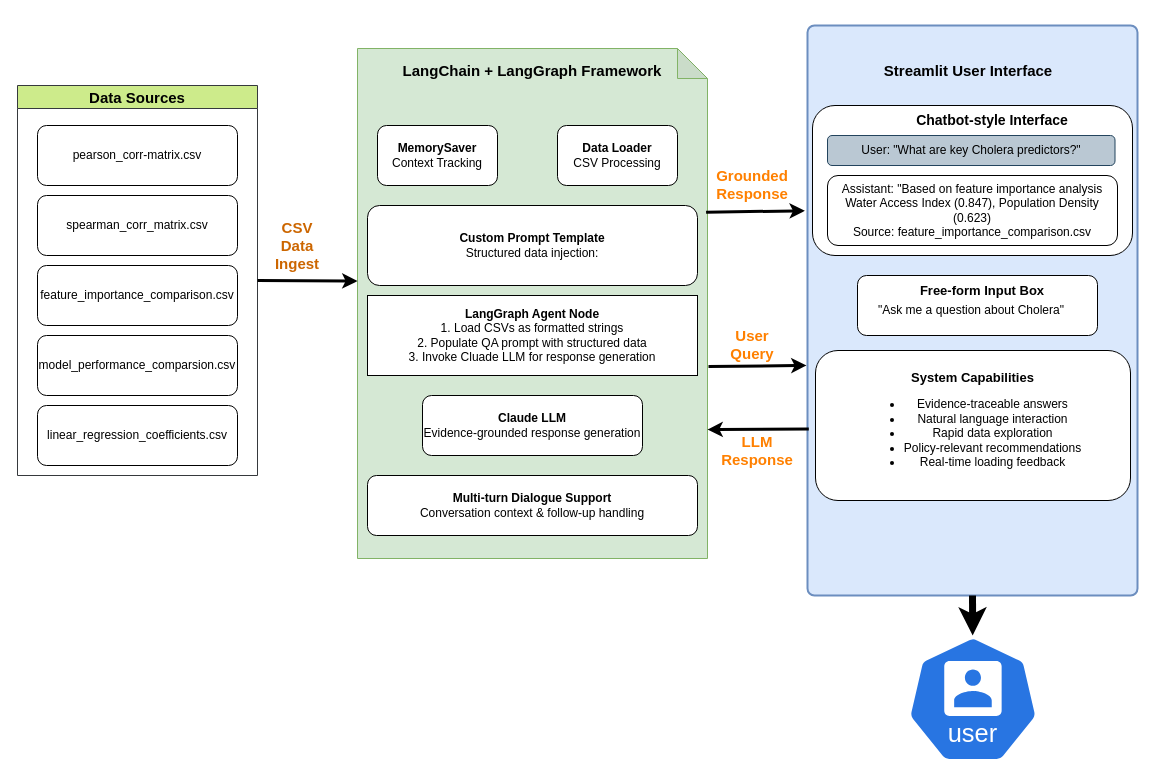
minusZeroo/sacair-2025 keeps this draw.io diagram as Agentic LLM.drawio. Above is the earlier version. Source tidied: cells renumbered, new cells numbered last; positions are measured from the earlier drawing's top-left corner, leaving out a move shared by most shapes. Both pictures are drawn from the tidied source at 100%, with x=0, y=0 at pixel (17, 25).
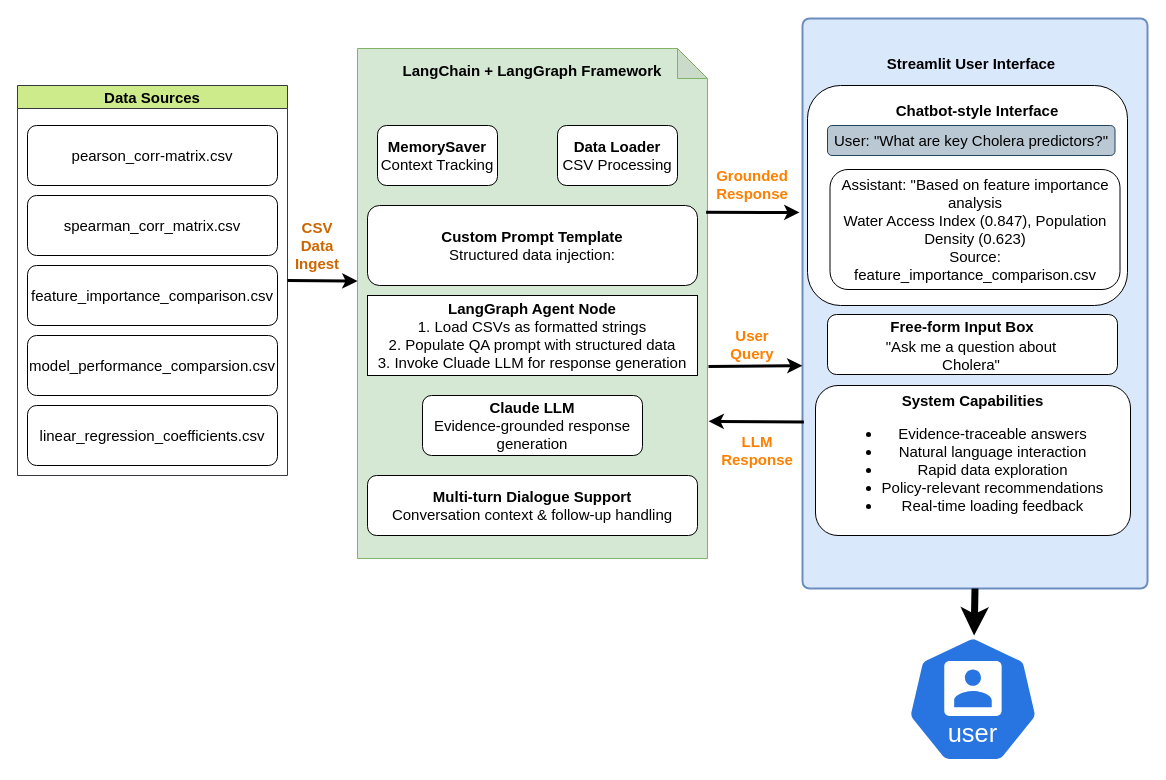
After the change.

Diff of the diagram source:
```diff
@@
-    <mxCell id="2" value="&lt;font style=&quot;font-size: 15px;&quot;&gt;Data Sources&lt;/font&gt;" style="swimlane;whiteSpace=wrap;html=1;fillColor=#cdeb8b;strokeColor=#36393d;" parent="1" vertex="1">
-      <mxGeometry y="60" width="240" height="390" as="geometry" />
+    <mxCell id="2" value="&lt;font&gt;Data Sources&lt;/font&gt;" style="swimlane;whiteSpace=wrap;html=1;fillColor=#cdeb8b;strokeColor=#36393d;fontSize=15;" parent="1" vertex="1">
+      <mxGeometry y="60" width="270" height="390" as="geometry" />
     </mxCell>
-    <mxCell id="3" value="pearson_corr-matrix.csv" style="rounded=1;whiteSpace=wrap;html=1;" parent="2" vertex="1">
-      <mxGeometry x="20" y="40" width="200" height="60" as="geometry" />
+    <mxCell id="3" value="pearson_corr-matrix.csv" style="rounded=1;whiteSpace=wrap;html=1;fontSize=15;" parent="2" vertex="1">
+      <mxGeometry x="10" y="40" width="250" height="60" as="geometry" />
     </mxCell>
-    <mxCell id="4" value="spearman_corr_matrix.csv" style="rounded=1;whiteSpace=wrap;html=1;" parent="2" vertex="1">
-      <mxGeometry x="20" y="110" width="200" height="60" as="geometry" />
+    <mxCell id="4" value="spearman_corr_matrix.csv" style="rounded=1;whiteSpace=wrap;html=1;fontSize=15;" parent="2" vertex="1">
+      <mxGeometry x="10" y="110" width="250" height="60" as="geometry" />
     </mxCell>
-    <mxCell id="5" value="feature_importance_comparison.csv" style="rounded=1;whiteSpace=wrap;html=1;" parent="2" vertex="1">
-      <mxGeometry x="20" y="180" width="200" height="60" as="geometry" />
+    <mxCell id="5" value="feature_importance_comparison.csv" style="rounded=1;whiteSpace=wrap;html=1;fontSize=15;" parent="2" vertex="1">
+      <mxGeometry x="10" y="180" width="250" height="60" as="geometry" />
     </mxCell>
-    <mxCell id="6" value="model_performance_comparsion.csv" style="rounded=1;whiteSpace=wrap;html=1;" parent="2" vertex="1">
-      <mxGeometry x="20" y="250" width="200" height="60" as="geometry" />
+    <mxCell id="6" value="model_performance_comparsion.csv" style="rounded=1;whiteSpace=wrap;html=1;fontSize=15;" parent="2" vertex="1">
+      <mxGeometry x="10" y="250" width="250" height="60" as="geometry" />
     </mxCell>
-    <mxCell id="7" value="linear_regression_coefficients.csv" style="rounded=1;whiteSpace=wrap;html=1;" parent="2" vertex="1">
-      <mxGeometry x="20" y="320" width="200" height="60" as="geometry" />
+    <mxCell id="7" value="linear_regression_coefficients.csv" style="rounded=1;whiteSpace=wrap;html=1;fontSize=15;" parent="2" vertex="1">
+      <mxGeometry x="10" y="320" width="250" height="60" as="geometry" />
     </mxCell>
-    <mxCell id="8" style="shape=note;whiteSpace=wrap;html=1;backgroundOutline=1;darkOpacity=0.05;fillColor=#d5e8d4;strokeColor=#82b366;" parent="1" vertex="1">
+    <mxCell id="8" style="shape=note;whiteSpace=wrap;html=1;backgroundOutline=1;darkOpacity=0.05;fillColor=#d5e8d4;strokeColor=#82b366;fontSize=15;" parent="1" vertex="1">
       <mxGeometry x="340" y="23" width="350" height="510" as="geometry" />
     </mxCell>
-    <mxCell id="9" value="&lt;font style=&quot;font-size: 15px;&quot;&gt;&lt;b style=&quot;&quot;&gt;LangChain + LangGraph Framework&lt;/b&gt;&lt;/font&gt;" style="text;html=1;align=center;verticalAlign=middle;whiteSpace=wrap;rounded=0;" parent="1" vertex="1">
+    <mxCell id="9" value="&lt;font&gt;&lt;b&gt;LangChain + LangGraph Framework&lt;/b&gt;&lt;/font&gt;" style="text;html=1;align=center;verticalAlign=middle;whiteSpace=wrap;rounded=0;fontSize=15;" parent="1" vertex="1">
       <mxGeometry x="380" y="30" width="270" height="30" as="geometry" />
     </mxCell>
-    <mxCell id="10" value="&lt;b&gt;MemorySaver&lt;/b&gt;&lt;br&gt;Context Tracking" style="rounded=1;whiteSpace=wrap;html=1;" parent="1" vertex="1">
+    <mxCell id="10" value="&lt;b&gt;MemorySaver&lt;/b&gt;&lt;br&gt;Context Tracking" style="rounded=1;whiteSpace=wrap;html=1;fontSize=15;" parent="1" vertex="1">
       <mxGeometry x="360" y="100" width="120" height="60" as="geometry" />
     </mxCell>
-    <mxCell id="11" value="&lt;b&gt;Data Loader&lt;br&gt;&lt;/b&gt;CSV Processing" style="rounded=1;whiteSpace=wrap;html=1;" parent="1" vertex="1">
+    <mxCell id="11" value="&lt;b&gt;Data Loader&lt;br&gt;&lt;/b&gt;CSV Processing" style="rounded=1;whiteSpace=wrap;html=1;fontSize=15;" parent="1" vertex="1">
       <mxGeometry x="540" y="100" width="120" height="60" as="geometry" />
     </mxCell>
-    <mxCell id="12" value="&lt;b&gt;Multi-turn Dialogue Support&lt;br&gt;&lt;/b&gt;Conversation context &amp;amp; follow-up handling" style="rounded=1;whiteSpace=wrap;html=1;" parent="1" vertex="1">
+    <mxCell id="12" value="&lt;b&gt;Multi-turn Dialogue Support&lt;br&gt;&lt;/b&gt;Conversation context &amp;amp; follow-up handling" style="rounded=1;whiteSpace=wrap;html=1;fontSize=15;" parent="1" vertex="1">
       <mxGeometry x="350" y="450" width="330" height="60" as="geometry" />
     </mxCell>
-    <mxCell id="13" value="&lt;b&gt;Claude LLM&lt;br&gt;&lt;/b&gt;Evidence-grounded response generation" style="rounded=1;whiteSpace=wrap;html=1;" parent="1" vertex="1">
+    <mxCell id="13" value="&lt;b&gt;Claude LLM&lt;br&gt;&lt;/b&gt;Evidence-grounded response generation" style="rounded=1;whiteSpace=wrap;html=1;fontSize=15;" parent="1" vertex="1">
       <mxGeometry x="405" y="370" width="220" height="60" as="geometry" />
     </mxCell>
-    <mxCell id="14" value="&lt;b&gt;LangGraph Agent Node&lt;br&gt;&lt;/b&gt;1. Load CSVs as formatted strings&lt;br&gt;2. Populate QA prompt with structured data&lt;br&gt;3. Invoke Cluade LLM for response generation" style="rounded=0;whiteSpace=wrap;html=1;" parent="1" vertex="1">
+    <mxCell id="14" value="&lt;b&gt;LangGraph Agent Node&lt;br&gt;&lt;/b&gt;1. Load CSVs as formatted strings&lt;br&gt;2. Populate QA prompt with structured data&lt;br&gt;3. Invoke Cluade LLM for response generation" style="rounded=0;whiteSpace=wrap;html=1;fontSize=15;" parent="1" vertex="1">
       <mxGeometry x="350" y="270" width="330" height="80" as="geometry" />
     </mxCell>
-    <mxCell id="15" value="&lt;b&gt;Custom Prompt Template&lt;br&gt;&lt;/b&gt;Structured data injection:" style="rounded=1;whiteSpace=wrap;html=1;" parent="1" vertex="1">
+    <mxCell id="15" value="&lt;b&gt;Custom Prompt Template&lt;br&gt;&lt;/b&gt;Structured data injection:" style="rounded=1;whiteSpace=wrap;html=1;fontSize=15;" parent="1" vertex="1">
       <mxGeometry x="350" y="180" width="330" height="80" as="geometry" />
     </mxCell>
-    <mxCell id="16" style="rounded=1;whiteSpace=wrap;html=1;absoluteArcSize=1;arcSize=14;strokeWidth=2;fillColor=#dae8fc;strokeColor=#6c8ebf;" parent="1" vertex="1">
-      <mxGeometry x="790" width="330" height="570" as="geometry" />
+    <mxCell id="16" style="rounded=1;whiteSpace=wrap;html=1;absoluteArcSize=1;arcSize=14;strokeWidth=2;fillColor=#dae8fc;strokeColor=#6c8ebf;fontSize=15;" parent="1" vertex="1">
+      <mxGeometry x="785" y="-7" width="345" height="570" as="geometry" />
     </mxCell>
-    <mxCell id="17" value="&lt;font style=&quot;font-size: 15px;&quot;&gt;&lt;b style=&quot;&quot;&gt;Streamlit User Interface&lt;/b&gt;&lt;/font&gt;" style="text;html=1;align=center;verticalAlign=middle;whiteSpace=wrap;rounded=0;" parent="1" vertex="1">
-      <mxGeometry x="816.2" y="30" width="270" height="30" as="geometry" />
+    <mxCell id="17" value="&lt;font&gt;&lt;b&gt;Streamlit User Interface&lt;/b&gt;&lt;/font&gt;" style="text;html=1;align=center;verticalAlign=middle;whiteSpace=wrap;rounded=0;fontSize=15;" parent="1" vertex="1">
+      <mxGeometry x="818.8" y="23" width="270" height="30" as="geometry" />
     </mxCell>
-    <mxCell id="18" style="rounded=1;whiteSpace=wrap;html=1;" parent="1" vertex="1">
-      <mxGeometry x="795" y="80" width="320" height="150" as="geometry" />
+    <mxCell id="18" style="rounded=1;whiteSpace=wrap;html=1;fontSize=15;" parent="1" vertex="1">
+      <mxGeometry x="790" y="60" width="320" height="220" as="geometry" />
     </mxCell>
-    <mxCell id="19" style="rounded=1;whiteSpace=wrap;html=1;" parent="1" vertex="1">
-      <mxGeometry x="840" y="250" width="240" height="60" as="geometry" />
+    <mxCell id="19" style="rounded=1;whiteSpace=wrap;html=1;fontSize=15;" parent="1" vertex="1">
+      <mxGeometry x="810" y="289" width="290" height="60" as="geometry" />
     </mxCell>
-    <mxCell id="20" value="&lt;b&gt;&lt;font style=&quot;font-size: 13px;&quot;&gt;System Capabilities&lt;/font&gt;&lt;/b&gt;&lt;div&gt;&lt;ul&gt;&lt;li&gt;Evidence-traceable answers&lt;/li&gt;&lt;li&gt;Natural language interaction&lt;/li&gt;&lt;li&gt;Rapid data exploration&lt;/li&gt;&lt;li&gt;Policy-relevant recommendations&lt;/li&gt;&lt;li&gt;Real-time loading feedback&lt;/li&gt;&lt;/ul&gt;&lt;/div&gt;" style="rounded=1;whiteSpace=wrap;html=1;" parent="1" vertex="1">
-      <mxGeometry x="798" y="325" width="315" height="150" as="geometry" />
+    <mxCell id="20" value="&lt;b&gt;&lt;font&gt;System Capabilities&lt;/font&gt;&lt;/b&gt;&lt;div&gt;&lt;ul&gt;&lt;li&gt;Evidence-traceable answers&lt;/li&gt;&lt;li&gt;Natural language interaction&lt;/li&gt;&lt;li&gt;Rapid data exploration&lt;/li&gt;&lt;li&gt;Policy-relevant recommendations&lt;/li&gt;&lt;li&gt;Real-time loading feedback&lt;/li&gt;&lt;/ul&gt;&lt;/div&gt;" style="rounded=1;whiteSpace=wrap;html=1;fontSize=15;" parent="1" vertex="1">
+      <mxGeometry x="798" y="360" width="315" height="150" as="geometry" />
     </mxCell>
-    <mxCell id="21" value="&lt;font style=&quot;font-size: 14px;&quot;&gt;&lt;b style=&quot;&quot;&gt;Chatbot-style Interface&lt;/b&gt;&lt;/font&gt;" style="text;html=1;align=center;verticalAlign=middle;whiteSpace=wrap;rounded=0;" parent="1" vertex="1">
-      <mxGeometry x="840" y="80" width="270" height="30" as="geometry" />
+    <mxCell id="21" value="&lt;font&gt;&lt;b&gt;Chatbot-style Interface&lt;/b&gt;&lt;/font&gt;" style="text;html=1;align=center;verticalAlign=middle;whiteSpace=wrap;rounded=0;fontSize=15;" parent="1" vertex="1">
+      <mxGeometry x="825" y="70" width="270" height="30" as="geometry" />
     </mxCell>
-    <mxCell id="22" value="User: &quot;What are key Cholera predictors?&quot;" style="rounded=1;whiteSpace=wrap;html=1;fillColor=#bac8d3;strokeColor=#23445d;" parent="1" vertex="1">
-      <mxGeometry x="810" y="110" width="287.5" height="30" as="geometry" />
+    <mxCell id="22" value="User: &quot;What are key Cholera predictors?&quot;" style="rounded=1;whiteSpace=wrap;html=1;fillColor=#bac8d3;strokeColor=#23445d;fontSize=15;" parent="1" vertex="1">
+      <mxGeometry x="810" y="100" width="287.5" height="30" as="geometry" />
     </mxCell>
-    <mxCell id="23" value="Assistant: &quot;Based on feature importance analysis&lt;div&gt;Water Access Index (0.847), Population Density (0.623)&lt;/div&gt;&lt;div&gt;&lt;span style=&quot;background-color: transparent; color: light-dark(rgb(0, 0, 0), rgb(255, 255, 255));&quot;&gt;Source: feature_importance_comparison.csv&lt;/span&gt;&lt;/div&gt;" style="rounded=1;whiteSpace=wrap;html=1;" parent="1" vertex="1">
-      <mxGeometry x="810" y="150" width="290" height="70" as="geometry" />
+    <mxCell id="23" value="Assistant: &quot;Based on feature importance analysis&lt;div&gt;Water Access Index (0.847), Population Density (0.623)&lt;/div&gt;&lt;div&gt;&lt;span style=&quot;background-color: transparent; color: light-dark(rgb(0, 0, 0), rgb(255, 255, 255));&quot;&gt;Source: feature_importance_comparison.csv&lt;/span&gt;&lt;/div&gt;" style="rounded=1;whiteSpace=wrap;html=1;fontSize=15;" parent="1" vertex="1">
+      <mxGeometry x="812.5" y="144" width="290" height="120" as="geometry" />
     </mxCell>
-    <mxCell id="24" value="&lt;font style=&quot;font-size: 13px;&quot;&gt;&lt;b&gt;Free-form Input Box&lt;/b&gt;&lt;/font&gt;" style="text;html=1;align=center;verticalAlign=middle;whiteSpace=wrap;rounded=0;" parent="1" vertex="1">
-      <mxGeometry x="830" y="250" width="270" height="30" as="geometry" />
+    <mxCell id="24" value="&lt;font&gt;&lt;b&gt;Free-form Input Box&lt;/b&gt;&lt;/font&gt;" style="text;html=1;align=center;verticalAlign=middle;whiteSpace=wrap;rounded=0;fontSize=15;" parent="1" vertex="1">
+      <mxGeometry x="810" y="286" width="270" height="30" as="geometry" />
     </mxCell>
-    <mxCell id="25" value="&quot;Ask me a question about Cholera&quot;" style="text;html=1;align=center;verticalAlign=middle;whiteSpace=wrap;rounded=0;" parent="1" vertex="1">
-      <mxGeometry x="833.8" y="270" width="240" height="30" as="geometry" />
+    <mxCell id="25" value="&quot;Ask me a question about Cholera&quot;" style="text;html=1;align=center;verticalAlign=middle;whiteSpace=wrap;rounded=0;fontSize=15;" parent="1" vertex="1">
+      <mxGeometry x="848.8" y="310" width="210" height="40" as="geometry" />
     </mxCell>
-    <mxCell id="26" style="sketch=0;html=1;dashed=0;whitespace=wrap;verticalLabelPosition=bottom;verticalAlign=top;fillColor=#2875E2;strokeColor=#ffffff;points=[[0.005,0.63,0],[0.1,0.2,0],[0.9,0.2,0],[0.5,0,0],[0.995,0.63,0],[0.72,0.99,0],[0.5,1,0],[0.28,0.99,0]];shape=mxgraph.kubernetes.icon2;kubernetesLabel=1;prIcon=user;" parent="1" vertex="1">
+    <mxCell id="26" style="sketch=0;html=1;dashed=0;whitespace=wrap;verticalLabelPosition=bottom;verticalAlign=top;fillColor=#2875E2;strokeColor=#ffffff;points=[[0.005,0.63,0],[0.1,0.2,0],[0.9,0.2,0],[0.5,0,0],[0.995,0.63,0],[0.72,0.99,0],[0.5,1,0],[0.28,0.99,0]];shape=mxgraph.kubernetes.icon2;kubernetesLabel=1;prIcon=user;fontSize=15;" parent="1" vertex="1">
       <mxGeometry x="889.2" y="610" width="132.5" height="127.2" as="geometry" />
     </mxCell>
-    <mxCell id="27" style="endArrow=classic;html=1;rounded=0;exitX=1;exitY=0.5;exitDx=0;exitDy=0;entryX=0;entryY=0.456;entryDx=0;entryDy=0;entryPerimeter=0;strokeWidth=3;" parent="1" edge="1" source="2" target="8">
+    <mxCell id="27" style="endArrow=classic;html=1;rounded=0;exitX=1;exitY=0.5;exitDx=0;exitDy=0;entryX=0;entryY=0.456;entryDx=0;entryDy=0;entryPerimeter=0;strokeWidth=3;fontSize=15;" parent="1" edge="1" source="2" target="8">
       <mxGeometry relative="1" as="geometry" />
     </mxCell>
-    <mxCell id="28" style="endArrow=classic;html=1;rounded=0;exitX=0.996;exitY=0.321;exitDx=0;exitDy=0;exitPerimeter=0;entryX=-0.008;entryY=0.325;entryDx=0;entryDy=0;entryPerimeter=0;strokeWidth=3;" parent="1" edge="1" source="8" target="16">
-      <mxGeometry relative="1" as="geometry" />
+    <mxCell id="28" style="endArrow=classic;html=1;rounded=0;exitX=0.996;exitY=0.321;exitDx=0;exitDy=0;exitPerimeter=0;strokeWidth=3;fontSize=15;" parent="1" edge="1" source="8">
+      <mxGeometry relative="1" as="geometry">
+        <mxPoint x="782" y="187" as="targetPoint" />
+      </mxGeometry>
     </mxCell>
-    <mxCell id="29" style="endArrow=classic;html=1;rounded=0;exitX=0.996;exitY=0.321;exitDx=0;exitDy=0;exitPerimeter=0;entryX=-0.008;entryY=0.325;entryDx=0;entryDy=0;entryPerimeter=0;strokeWidth=3;" parent="1" edge="1">
+    <mxCell id="29" style="endArrow=classic;html=1;rounded=0;exitX=0.996;exitY=0.321;exitDx=0;exitDy=0;exitPerimeter=0;strokeWidth=3;fontSize=15;entryX=0;entryY=0.609;entryDx=0;entryDy=0;entryPerimeter=0;" parent="1" edge="1" target="16">
       <mxGeometry relative="1" as="geometry">
         <mxPoint x="691" y="341" as="sourcePoint" />
-        <mxPoint x="789" y="340" as="targetPoint" />
       </mxGeometry>
     </mxCell>
-    <mxCell id="30" style="endArrow=classic;html=1;rounded=0;exitX=0.004;exitY=0.708;exitDx=0;exitDy=0;exitPerimeter=0;strokeWidth=3;" parent="1" edge="1" source="16">
-      <mxGeometry relative="1" as="geometry">
-        <mxPoint x="690" y="404" as="targetPoint" />
-      </mxGeometry>
+    <mxCell id="30" style="endArrow=classic;html=1;rounded=0;exitX=0.004;exitY=0.708;exitDx=0;exitDy=0;exitPerimeter=0;strokeWidth=3;fontSize=15;entryX=1.003;entryY=0.731;entryDx=0;entryDy=0;entryPerimeter=0;" parent="1" edge="1" source="16" target="8">
+      <mxGeometry relative="1" as="geometry" />
     </mxCell>
-    <mxCell id="31" value="&lt;b&gt;&lt;font style=&quot;font-size: 15px; color: rgb(204, 102, 0);&quot;&gt;CSV Data Ingest&lt;/font&gt;&lt;/b&gt;" style="text;html=1;align=center;verticalAlign=middle;whiteSpace=wrap;rounded=0;" parent="1" vertex="1">
-      <mxGeometry x="250" y="205" width="60" height="30" as="geometry" />
+    <mxCell id="31" value="&lt;b&gt;&lt;font style=&quot;color: rgb(204, 102, 0);&quot;&gt;CSV Data Ingest&lt;/font&gt;&lt;/b&gt;" style="text;html=1;align=center;verticalAlign=middle;whiteSpace=wrap;rounded=0;fontSize=15;" parent="1" vertex="1">
+      <mxGeometry x="270" y="205" width="60" height="30" as="geometry" />
     </mxCell>
-    <mxCell id="32" value="&lt;b&gt;&lt;font style=&quot;font-size: 15px; color: rgb(255, 128, 0);&quot;&gt;Grounded Response&lt;/font&gt;&lt;/b&gt;" style="text;html=1;align=center;verticalAlign=middle;whiteSpace=wrap;rounded=0;" parent="1" vertex="1">
+    <mxCell id="32" value="&lt;b&gt;&lt;font style=&quot;color: rgb(255, 128, 0);&quot;&gt;Grounded Response&lt;/font&gt;&lt;/b&gt;" style="text;html=1;align=center;verticalAlign=middle;whiteSpace=wrap;rounded=0;fontSize=15;" parent="1" vertex="1">
       <mxGeometry x="705" y="144" width="60" height="30" as="geometry" />
     </mxCell>
-    <mxCell id="33" value="&lt;b&gt;&lt;font style=&quot;font-size: 15px; color: rgb(255, 128, 0);&quot;&gt;User Query&lt;/font&gt;&lt;/b&gt;" style="text;html=1;align=center;verticalAlign=middle;whiteSpace=wrap;rounded=0;" parent="1" vertex="1">
+    <mxCell id="33" value="&lt;b&gt;&lt;font style=&quot;color: rgb(255, 128, 0);&quot;&gt;User Query&lt;/font&gt;&lt;/b&gt;" style="text;html=1;align=center;verticalAlign=middle;whiteSpace=wrap;rounded=0;fontSize=15;" parent="1" vertex="1">
       <mxGeometry x="705" y="304" width="60" height="30" as="geometry" />
     </mxCell>
-    <mxCell id="34" value="&lt;b&gt;&lt;font style=&quot;font-size: 15px; color: rgb(255, 128, 0);&quot;&gt;LLM Response&lt;/font&gt;&lt;/b&gt;" style="text;html=1;align=center;verticalAlign=middle;whiteSpace=wrap;rounded=0;" parent="1" vertex="1">
+    <mxCell id="34" value="&lt;b&gt;&lt;font style=&quot;color: rgb(255, 128, 0);&quot;&gt;LLM Response&lt;/font&gt;&lt;/b&gt;" style="text;html=1;align=center;verticalAlign=middle;whiteSpace=wrap;rounded=0;fontSize=15;" parent="1" vertex="1">
       <mxGeometry x="710" y="410" width="60" height="30" as="geometry" />
     </mxCell>
-    <mxCell id="35" style="endArrow=classic;html=1;rounded=0;exitX=0.5;exitY=1;exitDx=0;exitDy=0;strokeWidth=7;" parent="1" edge="1" source="16" target="26">
+    <mxCell id="35" style="endArrow=classic;html=1;rounded=0;exitX=0.5;exitY=1;exitDx=0;exitDy=0;strokeWidth=7;fontSize=15;" parent="1" edge="1" source="16" target="26">
       <mxGeometry relative="1" as="geometry" />
     </mxCell>
```
